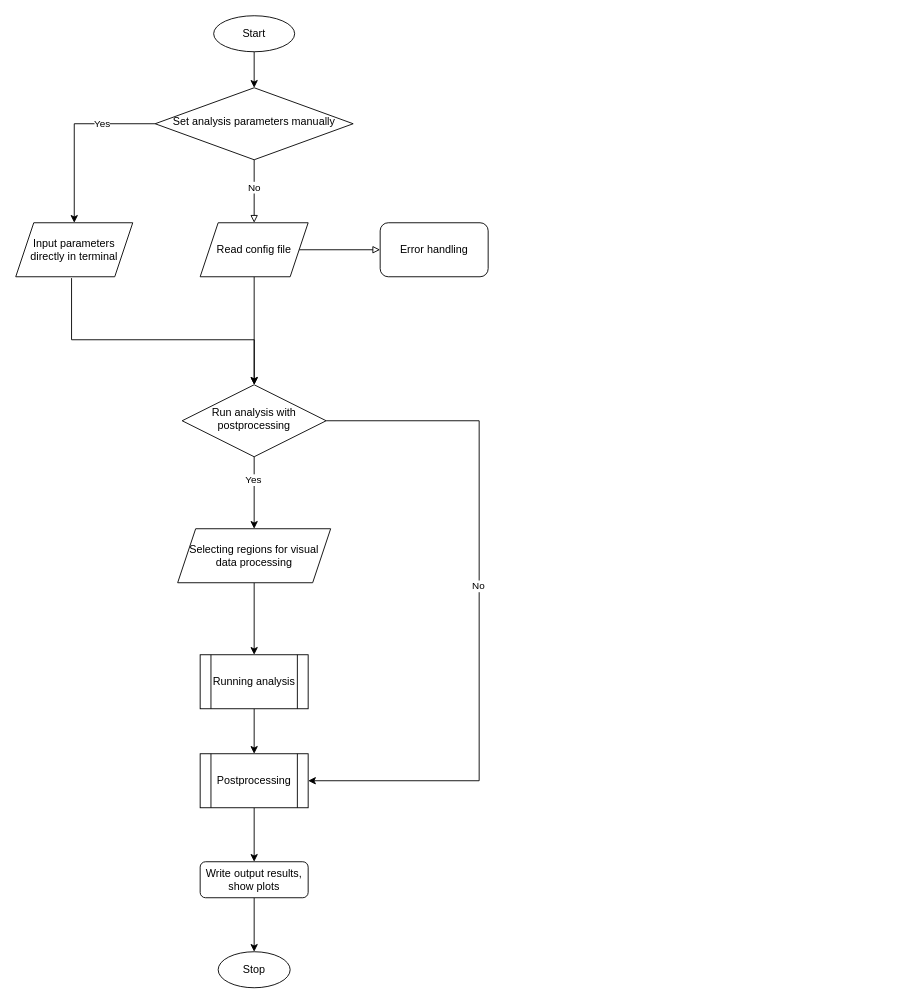
Before: ROV_tool.drawio in przesmak/flowchart, a draw.io diagram. Source tidied: cells renumbered, new cells numbered last; positions are measured from the earlier drawing's top-left corner, leaving out a move shared by most shapes. Both pictures are drawn from the tidied source at 90%, with x=0, y=0 at pixel (15, 15).
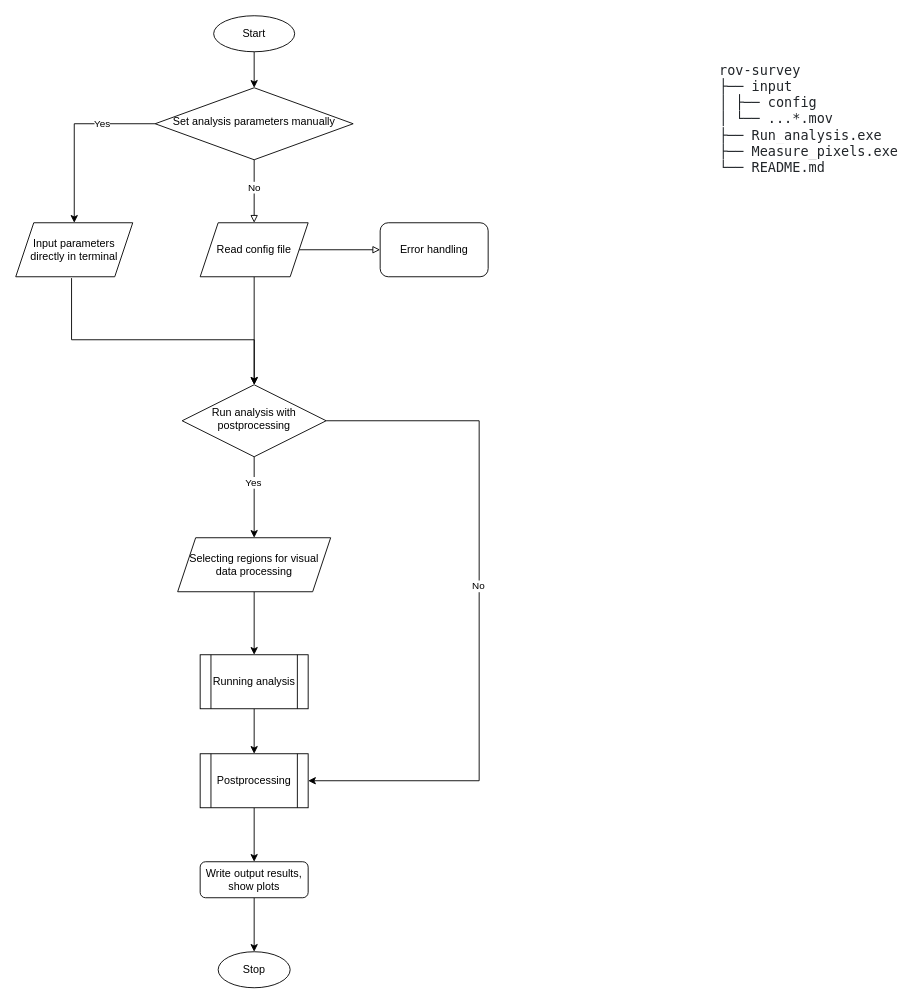
The same page after the edit.

Commit message:
Update with folder structure

The edit, as a diff of the source:
```diff
@@
     <mxCell id="17" value="Selecting regions for visual data processing" style="shape=parallelogram;perimeter=parallelogramPerimeter;whiteSpace=wrap;html=1;fixedSize=1;" parent="1" vertex="1">
-      <mxGeometry x="179.9" y="570" width="170" height="60" as="geometry" />
+      <mxGeometry x="179.9" y="580" width="170" height="60" as="geometry" />
     </mxCell>
@@
+    <mxCell id="29" value="&lt;span style=&quot;color: rgb(33, 37, 41); font-family: &amp;quot;Fira code&amp;quot;, &amp;quot;Fira Mono&amp;quot;, source-code-pro, Menlo, Monaco, Consolas, &amp;quot;Courier New&amp;quot;, monospace; font-size: 15px; font-style: normal; font-variant-ligatures: normal; font-variant-caps: normal; font-weight: 400; letter-spacing: normal; orphans: 2; text-align: left; text-indent: 0px; text-transform: none; widows: 2; word-spacing: 0px; -webkit-text-stroke-width: 0px; background-color: rgb(255, 255, 255); text-decoration-thickness: initial; text-decoration-style: initial; text-decoration-color: initial; float: none; display: inline !important;&quot;&gt;rov-survey&#10;├── input &#10;│   ├── config&#10;│   └── ...*.mov&#10;├── Run_analysis.exe&#10;├── Measure_pixels.exe&#10;└── README.md&lt;/span&gt;" style="text;whiteSpace=wrap;html=1;" parent="1" vertex="1">
+      <mxGeometry x="780" y="45" width="210" height="150" as="geometry" />
+    </mxCell>
```
